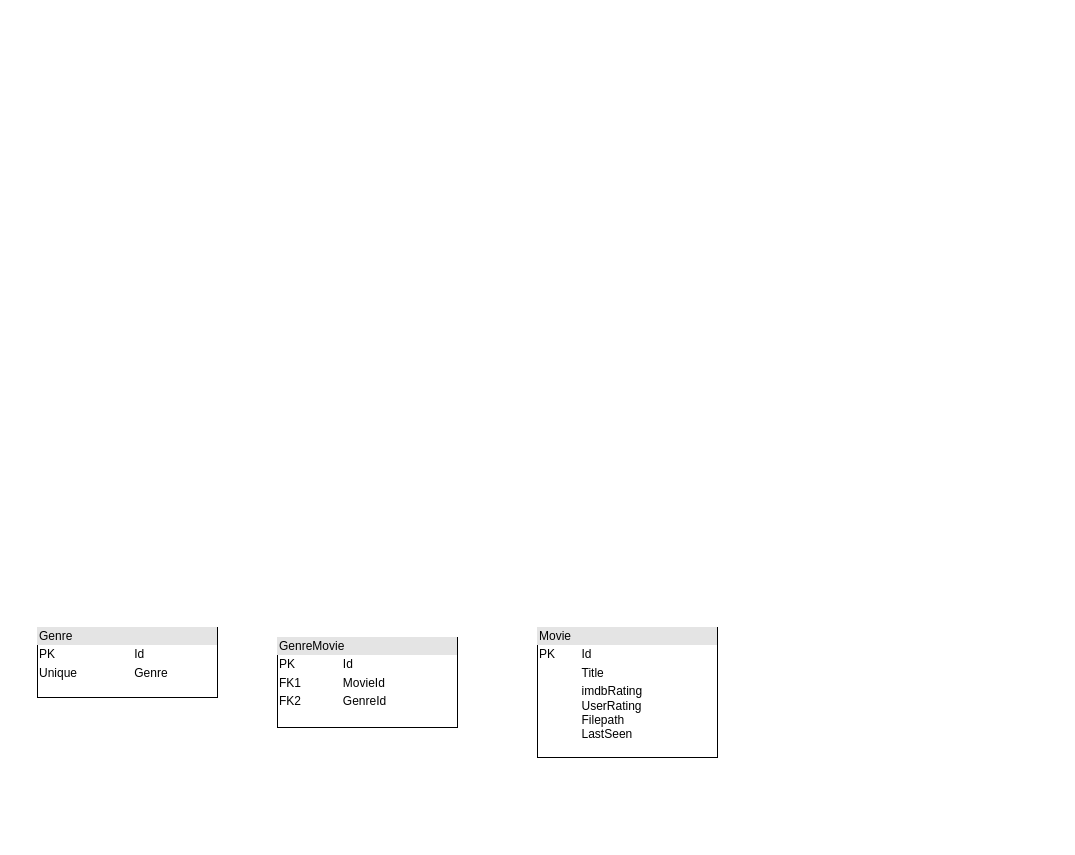
Earlier version of the draw.io diagram resources/dbStructure.drawio (jbn108/MovieExam). Source tidied: cells renumbered, new cells numbered last; positions are measured from the earlier drawing's top-left corner, leaving out a move shared by most shapes. Both pictures are drawn from the tidied source at 100%, with x=0, y=0 at pixel (37, 627).
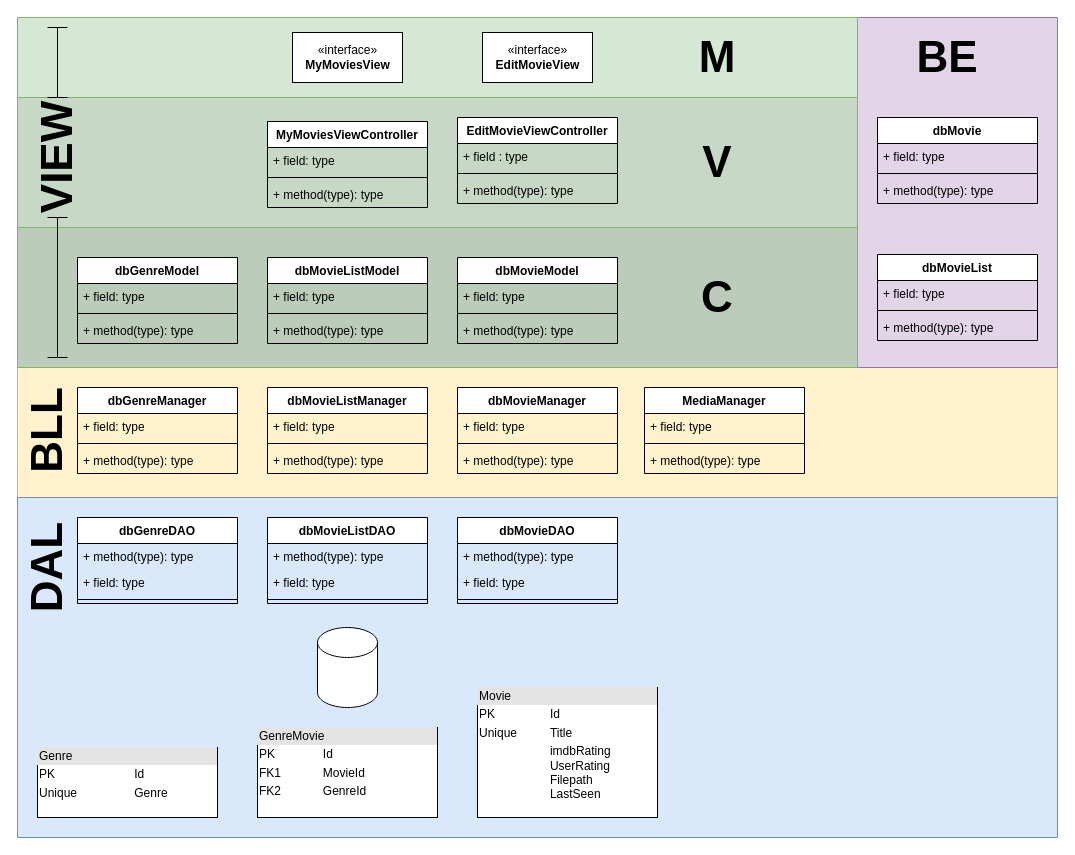
The same diagram, later.

Change to the diagram source:
```diff
@@
+    <mxCell id="5" style="verticalLabelPosition=bottom;verticalAlign=top;html=1;shape=mxgraph.basic.rect;fillColor2=none;strokeWidth=1;size=20;indent=5;fillColor=#fff2cc;strokeColor=#d6b656;" parent="1" vertex="1">
+      <mxGeometry x="-20" y="-260" width="1040" height="130" as="geometry" />
+    </mxCell>
+    <mxCell id="6" style="verticalLabelPosition=bottom;verticalAlign=top;html=1;shape=mxgraph.basic.rect;fillColor2=none;strokeWidth=1;size=20;indent=5;fillColor=#e1d5e7;strokeColor=#9673a6;" parent="1" vertex="1">
+      <mxGeometry x="820" y="-610" width="200" height="350" as="geometry" />
+    </mxCell>
+    <mxCell id="7" style="verticalLabelPosition=bottom;verticalAlign=top;html=1;shape=mxgraph.basic.rect;fillColor2=none;strokeWidth=1;size=20;indent=5;strokeColor=#82b366;fillColor=#D5E8D4;" parent="1" vertex="1">
+      <mxGeometry x="-20" y="-610" width="840" height="80" as="geometry" />
+    </mxCell>
+    <mxCell id="8" style="verticalLabelPosition=bottom;verticalAlign=top;html=1;shape=mxgraph.basic.rect;fillColor2=none;strokeWidth=1;size=20;indent=5;strokeColor=#82b366;fillColor=#C7D9C6;" parent="1" vertex="1">
+      <mxGeometry x="-20" y="-530" width="840" height="130" as="geometry" />
+    </mxCell>
+    <mxCell id="9" style="verticalLabelPosition=bottom;verticalAlign=top;html=1;shape=mxgraph.basic.rect;fillColor2=none;strokeWidth=1;size=20;indent=5;strokeColor=#82b366;fillColor=#BBCCBA;" parent="1" vertex="1">
+      <mxGeometry x="-20" y="-400" width="840" height="140" as="geometry" />
+    </mxCell>
+    <mxCell id="10" style="verticalLabelPosition=bottom;verticalAlign=top;html=1;shape=mxgraph.basic.rect;fillColor2=none;strokeWidth=1;size=20;indent=5;fillColor=#dae8fc;strokeColor=#6c8ebf;" parent="1" vertex="1">
+      <mxGeometry x="-20" y="-130" width="1040" height="340" as="geometry" />
+    </mxCell>
-    <mxCell id="2" value="&lt;div style=&quot;box-sizing: border-box ; width: 100% ; background: #e4e4e4 ; padding: 2px&quot;&gt;Movie&lt;/div&gt;&lt;table style=&quot;width: 100% ; font-size: 1em&quot; cellpadding=&quot;2&quot; cellspacing=&quot;0&quot;&gt;&lt;tbody&gt;&lt;tr&gt;&lt;td&gt;PK&lt;/td&gt;&lt;td&gt;Id&lt;/td&gt;&lt;/tr&gt;&lt;tr&gt;&lt;td&gt;&lt;br&gt;&lt;/td&gt;&lt;td&gt;Title&lt;/td&gt;&lt;/tr&gt;&lt;tr&gt;&lt;td&gt;&lt;/td&gt;&lt;td&gt;imdbRating&lt;br&gt;UserRating&lt;br&gt;Filepath&lt;br&gt;LastSeen&lt;/td&gt;&lt;/tr&gt;&lt;/tbody&gt;&lt;/table&gt;" style="verticalAlign=top;align=left;overflow=fill;html=1;" parent="1" vertex="1">
-      <mxGeometry x="500" width="180" height="130" as="geometry" />
+    <mxCell id="2" value="&lt;div style=&quot;box-sizing: border-box ; width: 100% ; background: #e4e4e4 ; padding: 2px&quot;&gt;Movie&lt;/div&gt;&lt;table style=&quot;width: 100% ; font-size: 1em&quot; cellpadding=&quot;2&quot; cellspacing=&quot;0&quot;&gt;&lt;tbody&gt;&lt;tr&gt;&lt;td&gt;PK&lt;/td&gt;&lt;td&gt;Id&lt;/td&gt;&lt;/tr&gt;&lt;tr&gt;&lt;td&gt;Unique&lt;/td&gt;&lt;td&gt;Title&lt;/td&gt;&lt;/tr&gt;&lt;tr&gt;&lt;td&gt;&lt;/td&gt;&lt;td&gt;imdbRating&lt;br&gt;UserRating&lt;br&gt;Filepath&lt;br&gt;LastSeen&lt;/td&gt;&lt;/tr&gt;&lt;/tbody&gt;&lt;/table&gt;" style="verticalAlign=top;align=left;overflow=fill;html=1;" parent="1" vertex="1">
+      <mxGeometry x="440" y="60" width="180" height="130" as="geometry" />
     </mxCell>
     <mxCell id="3" value="&lt;div style=&quot;box-sizing: border-box ; width: 100% ; background: #e4e4e4 ; padding: 2px&quot;&gt;Genre&lt;/div&gt;&lt;table style=&quot;width: 100% ; font-size: 1em&quot; cellpadding=&quot;2&quot; cellspacing=&quot;0&quot;&gt;&lt;tbody&gt;&lt;tr&gt;&lt;td&gt;PK&lt;/td&gt;&lt;td&gt;Id&lt;/td&gt;&lt;/tr&gt;&lt;tr&gt;&lt;td&gt;Unique&lt;/td&gt;&lt;td&gt;Genre&lt;/td&gt;&lt;/tr&gt;&lt;tr&gt;&lt;td&gt;&lt;/td&gt;&lt;td&gt;&lt;br&gt;&lt;/td&gt;&lt;/tr&gt;&lt;/tbody&gt;&lt;/table&gt;" style="verticalAlign=top;align=left;overflow=fill;html=1;" parent="1" vertex="1">
-      <mxGeometry width="180" height="70" as="geometry" />
+      <mxGeometry y="120" width="180" height="70" as="geometry" />
     </mxCell>
     <mxCell id="4" value="&lt;div style=&quot;box-sizing: border-box ; width: 100% ; background: #e4e4e4 ; padding: 2px&quot;&gt;GenreMovie&lt;/div&gt;&lt;table style=&quot;width: 100% ; font-size: 1em&quot; cellpadding=&quot;2&quot; cellspacing=&quot;0&quot;&gt;&lt;tbody&gt;&lt;tr&gt;&lt;td&gt;PK&lt;/td&gt;&lt;td&gt;Id&lt;/td&gt;&lt;/tr&gt;&lt;tr&gt;&lt;td&gt;FK1&lt;/td&gt;&lt;td&gt;MovieId&lt;/td&gt;&lt;/tr&gt;&lt;tr&gt;&lt;td&gt;FK2&lt;/td&gt;&lt;td&gt;GenreId&lt;/td&gt;&lt;/tr&gt;&lt;/tbody&gt;&lt;/table&gt;" style="verticalAlign=top;align=left;overflow=fill;html=1;" parent="1" vertex="1">
-      <mxGeometry x="240" y="10" width="180" height="90" as="geometry" />
+      <mxGeometry x="220" y="100" width="180" height="90" as="geometry" />
     </mxCell>
+    <mxCell id="11" style="shape=cylinder3;whiteSpace=wrap;html=1;boundedLbl=1;backgroundOutline=1;size=15;" parent="1" vertex="1">
+      <mxGeometry x="280" width="60" height="80" as="geometry" />
+    </mxCell>
+    <mxCell id="12" value="dbGenreDAO" style="swimlane;fontStyle=1;align=center;verticalAlign=top;horizontal=1;startSize=26;" parent="1" vertex="1">
+      <mxGeometry x="40" y="-110" width="160" height="86" as="geometry" />
+    </mxCell>
+    <mxCell id="13" value="+ method(type): type" style="text;strokeColor=none;fillColor=none;align=left;verticalAlign=top;spacingLeft=4;spacingRight=4;overflow=hidden;" parent="12" vertex="1">
+      <mxGeometry y="26" width="160" height="26" as="geometry" />
+    </mxCell>
+    <mxCell id="14" value="+ field: type" style="text;strokeColor=none;fillColor=none;align=left;verticalAlign=top;spacingLeft=4;spacingRight=4;overflow=hidden;" parent="12" vertex="1">
+      <mxGeometry y="52" width="160" height="26" as="geometry" />
+    </mxCell>
+    <mxCell id="15" style="line;strokeWidth=1;fillColor=none;align=left;verticalAlign=middle;spacingTop=-1;spacingLeft=3;spacingRight=3;labelPosition=right;" parent="12" vertex="1">
+      <mxGeometry y="78" width="160" height="8" as="geometry" />
+    </mxCell>
+    <mxCell id="16" value="dbMovieDAO" style="swimlane;fontStyle=1;align=center;verticalAlign=top;horizontal=1;startSize=26;" parent="1" vertex="1">
+      <mxGeometry x="420" y="-110" width="160" height="86" as="geometry" />
+    </mxCell>
+    <mxCell id="17" value="+ method(type): type" style="text;strokeColor=none;fillColor=none;align=left;verticalAlign=top;spacingLeft=4;spacingRight=4;overflow=hidden;" parent="16" vertex="1">
+      <mxGeometry y="26" width="160" height="26" as="geometry" />
+    </mxCell>
+    <mxCell id="18" value="+ field: type" style="text;strokeColor=none;fillColor=none;align=left;verticalAlign=top;spacingLeft=4;spacingRight=4;overflow=hidden;" parent="16" vertex="1">
+      <mxGeometry y="52" width="160" height="26" as="geometry" />
+    </mxCell>
+    <mxCell id="19" style="line;strokeWidth=1;fillColor=none;align=left;verticalAlign=middle;spacingTop=-1;spacingLeft=3;spacingRight=3;labelPosition=right;" parent="16" vertex="1">
+      <mxGeometry y="78" width="160" height="8" as="geometry" />
+    </mxCell>
+    <mxCell id="20" value="dbGenreManager" style="swimlane;fontStyle=1;align=center;verticalAlign=top;horizontal=1;startSize=26;" parent="1" vertex="1">
+      <mxGeometry x="40" y="-240" width="160" height="86" as="geometry" />
+    </mxCell>
+    <mxCell id="21" value="+ field: type" style="text;strokeColor=none;fillColor=none;align=left;verticalAlign=top;spacingLeft=4;spacingRight=4;overflow=hidden;" parent="20" vertex="1">
+      <mxGeometry y="26" width="160" height="26" as="geometry" />
+    </mxCell>
+    <mxCell id="22" style="line;strokeWidth=1;fillColor=none;align=left;verticalAlign=middle;spacingTop=-1;spacingLeft=3;spacingRight=3;labelPosition=right;" parent="20" vertex="1">
+      <mxGeometry y="52" width="160" height="8" as="geometry" />
+    </mxCell>
+    <mxCell id="23" value="+ method(type): type" style="text;strokeColor=none;fillColor=none;align=left;verticalAlign=top;spacingLeft=4;spacingRight=4;overflow=hidden;" parent="20" vertex="1">
+      <mxGeometry y="60" width="160" height="26" as="geometry" />
+    </mxCell>
+    <mxCell id="24" value="dbMovieManager" style="swimlane;fontStyle=1;align=center;verticalAlign=top;horizontal=1;startSize=26;" parent="1" vertex="1">
+      <mxGeometry x="420" y="-240" width="160" height="86" as="geometry" />
+    </mxCell>
+    <mxCell id="25" value="+ field: type" style="text;strokeColor=none;fillColor=none;align=left;verticalAlign=top;spacingLeft=4;spacingRight=4;overflow=hidden;" parent="24" vertex="1">
+      <mxGeometry y="26" width="160" height="26" as="geometry" />
+    </mxCell>
+    <mxCell id="26" style="line;strokeWidth=1;fillColor=none;align=left;verticalAlign=middle;spacingTop=-1;spacingLeft=3;spacingRight=3;labelPosition=right;" parent="24" vertex="1">
+      <mxGeometry y="52" width="160" height="8" as="geometry" />
+    </mxCell>
+    <mxCell id="27" value="+ method(type): type" style="text;strokeColor=none;fillColor=none;align=left;verticalAlign=top;spacingLeft=4;spacingRight=4;overflow=hidden;" parent="24" vertex="1">
+      <mxGeometry y="60" width="160" height="26" as="geometry" />
+    </mxCell>
+    <mxCell id="28" value="dbMovieListDAO" style="swimlane;fontStyle=1;align=center;verticalAlign=top;horizontal=1;startSize=26;" parent="1" vertex="1">
+      <mxGeometry x="230" y="-110" width="160" height="86" as="geometry" />
+    </mxCell>
+    <mxCell id="29" value="+ method(type): type" style="text;strokeColor=none;fillColor=none;align=left;verticalAlign=top;spacingLeft=4;spacingRight=4;overflow=hidden;" parent="28" vertex="1">
+      <mxGeometry y="26" width="160" height="26" as="geometry" />
+    </mxCell>
+    <mxCell id="30" value="+ field: type" style="text;strokeColor=none;fillColor=none;align=left;verticalAlign=top;spacingLeft=4;spacingRight=4;overflow=hidden;" parent="28" vertex="1">
+      <mxGeometry y="52" width="160" height="26" as="geometry" />
+    </mxCell>
+    <mxCell id="31" style="line;strokeWidth=1;fillColor=none;align=left;verticalAlign=middle;spacingTop=-1;spacingLeft=3;spacingRight=3;labelPosition=right;" parent="28" vertex="1">
+      <mxGeometry y="78" width="160" height="8" as="geometry" />
+    </mxCell>
+    <mxCell id="32" value="dbMovieListManager" style="swimlane;fontStyle=1;align=center;verticalAlign=top;horizontal=1;startSize=26;" parent="1" vertex="1">
+      <mxGeometry x="230" y="-240" width="160" height="86" as="geometry" />
+    </mxCell>
+    <mxCell id="33" value="+ field: type" style="text;strokeColor=none;fillColor=none;align=left;verticalAlign=top;spacingLeft=4;spacingRight=4;overflow=hidden;" parent="32" vertex="1">
+      <mxGeometry y="26" width="160" height="26" as="geometry" />
+    </mxCell>
+    <mxCell id="34" style="line;strokeWidth=1;fillColor=none;align=left;verticalAlign=middle;spacingTop=-1;spacingLeft=3;spacingRight=3;labelPosition=right;" parent="32" vertex="1">
+      <mxGeometry y="52" width="160" height="8" as="geometry" />
+    </mxCell>
+    <mxCell id="35" value="+ method(type): type" style="text;strokeColor=none;fillColor=none;align=left;verticalAlign=top;spacingLeft=4;spacingRight=4;overflow=hidden;" parent="32" vertex="1">
+      <mxGeometry y="60" width="160" height="26" as="geometry" />
+    </mxCell>
+    <mxCell id="36" value="dbMovieListModel" style="swimlane;fontStyle=1;align=center;verticalAlign=top;horizontal=1;startSize=26;" parent="1" vertex="1">
+      <mxGeometry x="230" y="-370" width="160" height="86" as="geometry" />
+    </mxCell>
+    <mxCell id="37" value="+ field: type" style="text;strokeColor=none;fillColor=none;align=left;verticalAlign=top;spacingLeft=4;spacingRight=4;overflow=hidden;" parent="36" vertex="1">
+      <mxGeometry y="26" width="160" height="26" as="geometry" />
+    </mxCell>
+    <mxCell id="38" style="line;strokeWidth=1;fillColor=none;align=left;verticalAlign=middle;spacingTop=-1;spacingLeft=3;spacingRight=3;labelPosition=right;" parent="36" vertex="1">
+      <mxGeometry y="52" width="160" height="8" as="geometry" />
+    </mxCell>
+    <mxCell id="39" value="+ method(type): type" style="text;strokeColor=none;fillColor=none;align=left;verticalAlign=top;spacingLeft=4;spacingRight=4;overflow=hidden;" parent="36" vertex="1">
+      <mxGeometry y="60" width="160" height="26" as="geometry" />
+    </mxCell>
+    <mxCell id="40" value="dbMovieModel" style="swimlane;fontStyle=1;align=center;verticalAlign=top;horizontal=1;startSize=26;" parent="1" vertex="1">
+      <mxGeometry x="420" y="-370" width="160" height="86" as="geometry" />
+    </mxCell>
+    <mxCell id="41" value="+ field: type" style="text;strokeColor=none;fillColor=none;align=left;verticalAlign=top;spacingLeft=4;spacingRight=4;overflow=hidden;" parent="40" vertex="1">
+      <mxGeometry y="26" width="160" height="26" as="geometry" />
+    </mxCell>
+    <mxCell id="42" style="line;strokeWidth=1;fillColor=none;align=left;verticalAlign=middle;spacingTop=-1;spacingLeft=3;spacingRight=3;labelPosition=right;" parent="40" vertex="1">
+      <mxGeometry y="52" width="160" height="8" as="geometry" />
+    </mxCell>
+    <mxCell id="43" value="+ method(type): type" style="text;strokeColor=none;fillColor=none;align=left;verticalAlign=top;spacingLeft=4;spacingRight=4;overflow=hidden;" parent="40" vertex="1">
+      <mxGeometry y="60" width="160" height="26" as="geometry" />
+    </mxCell>
+    <mxCell id="44" value="MediaManager" style="swimlane;fontStyle=1;align=center;verticalAlign=top;horizontal=1;startSize=26;" parent="1" vertex="1">
+      <mxGeometry x="607" y="-240" width="160" height="86" as="geometry" />
+    </mxCell>
+    <mxCell id="45" value="+ field: type" style="text;strokeColor=none;fillColor=none;align=left;verticalAlign=top;spacingLeft=4;spacingRight=4;overflow=hidden;" parent="44" vertex="1">
+      <mxGeometry y="26" width="160" height="26" as="geometry" />
+    </mxCell>
+    <mxCell id="46" style="line;strokeWidth=1;fillColor=none;align=left;verticalAlign=middle;spacingTop=-1;spacingLeft=3;spacingRight=3;labelPosition=right;" parent="44" vertex="1">
+      <mxGeometry y="52" width="160" height="8" as="geometry" />
+    </mxCell>
+    <mxCell id="47" value="+ method(type): type" style="text;strokeColor=none;fillColor=none;align=left;verticalAlign=top;spacingLeft=4;spacingRight=4;overflow=hidden;" parent="44" vertex="1">
+      <mxGeometry y="60" width="160" height="26" as="geometry" />
+    </mxCell>
+    <mxCell id="48" value="dbGenreModel" style="swimlane;fontStyle=1;align=center;verticalAlign=top;horizontal=1;startSize=26;" parent="1" vertex="1">
+      <mxGeometry x="40" y="-370" width="160" height="86" as="geometry" />
+    </mxCell>
+    <mxCell id="49" value="+ field: type" style="text;strokeColor=none;fillColor=none;align=left;verticalAlign=top;spacingLeft=4;spacingRight=4;overflow=hidden;" parent="48" vertex="1">
+      <mxGeometry y="26" width="160" height="26" as="geometry" />
+    </mxCell>
+    <mxCell id="50" style="line;strokeWidth=1;fillColor=none;align=left;verticalAlign=middle;spacingTop=-1;spacingLeft=3;spacingRight=3;labelPosition=right;" parent="48" vertex="1">
+      <mxGeometry y="52" width="160" height="8" as="geometry" />
+    </mxCell>
+    <mxCell id="51" value="+ method(type): type" style="text;strokeColor=none;fillColor=none;align=left;verticalAlign=top;spacingLeft=4;spacingRight=4;overflow=hidden;" parent="48" vertex="1">
+      <mxGeometry y="60" width="160" height="26" as="geometry" />
+    </mxCell>
+    <mxCell id="52" value="MyMoviesViewController" style="swimlane;fontStyle=1;align=center;verticalAlign=top;horizontal=1;startSize=26;" parent="1" vertex="1">
+      <mxGeometry x="230" y="-506" width="160" height="86" as="geometry" />
+    </mxCell>
+    <mxCell id="53" value="+ field: type" style="text;strokeColor=none;fillColor=none;align=left;verticalAlign=top;spacingLeft=4;spacingRight=4;overflow=hidden;" parent="52" vertex="1">
+      <mxGeometry y="26" width="160" height="26" as="geometry" />
+    </mxCell>
+    <mxCell id="54" style="line;strokeWidth=1;fillColor=none;align=left;verticalAlign=middle;spacingTop=-1;spacingLeft=3;spacingRight=3;labelPosition=right;" parent="52" vertex="1">
+      <mxGeometry y="52" width="160" height="8" as="geometry" />
+    </mxCell>
+    <mxCell id="55" value="+ method(type): type" style="text;strokeColor=none;fillColor=none;align=left;verticalAlign=top;spacingLeft=4;spacingRight=4;overflow=hidden;" parent="52" vertex="1">
+      <mxGeometry y="60" width="160" height="26" as="geometry" />
+    </mxCell>
+    <mxCell id="56" value="EditMovieViewController" style="swimlane;fontStyle=1;align=center;verticalAlign=top;horizontal=1;startSize=26;" parent="1" vertex="1">
+      <mxGeometry x="420" y="-510" width="160" height="86" as="geometry" />
+    </mxCell>
+    <mxCell id="57" value="+ field : type" style="text;strokeColor=none;fillColor=none;align=left;verticalAlign=top;spacingLeft=4;spacingRight=4;overflow=hidden;" parent="56" vertex="1">
+      <mxGeometry y="26" width="160" height="26" as="geometry" />
+    </mxCell>
+    <mxCell id="58" style="line;strokeWidth=1;fillColor=none;align=left;verticalAlign=middle;spacingTop=-1;spacingLeft=3;spacingRight=3;labelPosition=right;" parent="56" vertex="1">
+      <mxGeometry y="52" width="160" height="8" as="geometry" />
+    </mxCell>
+    <mxCell id="59" value="+ method(type): type" style="text;strokeColor=none;fillColor=none;align=left;verticalAlign=top;spacingLeft=4;spacingRight=4;overflow=hidden;" parent="56" vertex="1">
+      <mxGeometry y="60" width="160" height="26" as="geometry" />
+    </mxCell>
+    <mxCell id="60" value="«interface»&lt;br&gt;&lt;b&gt;MyMoviesView&lt;/b&gt;" style="html=1;" parent="1" vertex="1">
+      <mxGeometry x="255" y="-595" width="110" height="50" as="geometry" />
+    </mxCell>
+    <mxCell id="61" value="«interface»&lt;br&gt;&lt;b&gt;EditMovieView&lt;/b&gt;" style="html=1;" parent="1" vertex="1">
+      <mxGeometry x="445" y="-595" width="110" height="50" as="geometry" />
+    </mxCell>
+    <mxCell id="62" value="dbMovie" style="swimlane;fontStyle=1;align=center;verticalAlign=top;horizontal=1;startSize=26;" parent="1" vertex="1">
+      <mxGeometry x="840" y="-510" width="160" height="86" as="geometry" />
+    </mxCell>
+    <mxCell id="63" value="+ field: type" style="text;strokeColor=none;fillColor=none;align=left;verticalAlign=top;spacingLeft=4;spacingRight=4;overflow=hidden;" parent="62" vertex="1">
+      <mxGeometry y="26" width="160" height="26" as="geometry" />
+    </mxCell>
+    <mxCell id="64" style="line;strokeWidth=1;fillColor=none;align=left;verticalAlign=middle;spacingTop=-1;spacingLeft=3;spacingRight=3;labelPosition=right;" parent="62" vertex="1">
+      <mxGeometry y="52" width="160" height="8" as="geometry" />
+    </mxCell>
+    <mxCell id="65" value="+ method(type): type" style="text;strokeColor=none;fillColor=none;align=left;verticalAlign=top;spacingLeft=4;spacingRight=4;overflow=hidden;" parent="62" vertex="1">
+      <mxGeometry y="60" width="160" height="26" as="geometry" />
+    </mxCell>
+    <mxCell id="66" value="dbMovieList" style="swimlane;fontStyle=1;align=center;verticalAlign=top;horizontal=1;startSize=26;" parent="1" vertex="1">
+      <mxGeometry x="840" y="-373" width="160" height="86" as="geometry" />
+    </mxCell>
+    <mxCell id="67" value="+ field: type" style="text;strokeColor=none;fillColor=none;align=left;verticalAlign=top;spacingLeft=4;spacingRight=4;overflow=hidden;" parent="66" vertex="1">
+      <mxGeometry y="26" width="160" height="26" as="geometry" />
+    </mxCell>
+    <mxCell id="68" style="line;strokeWidth=1;fillColor=none;align=left;verticalAlign=middle;spacingTop=-1;spacingLeft=3;spacingRight=3;labelPosition=right;" parent="66" vertex="1">
+      <mxGeometry y="52" width="160" height="8" as="geometry" />
+    </mxCell>
+    <mxCell id="69" value="+ method(type): type" style="text;strokeColor=none;fillColor=none;align=left;verticalAlign=top;spacingLeft=4;spacingRight=4;overflow=hidden;" parent="66" vertex="1">
+      <mxGeometry y="60" width="160" height="26" as="geometry" />
+    </mxCell>
+    <mxCell id="70" value="&lt;b&gt;&lt;font style=&quot;font-size: 44px&quot;&gt;M&lt;/font&gt;&lt;/b&gt;" style="text;html=1;strokeColor=none;fillColor=none;align=center;verticalAlign=middle;whiteSpace=wrap;rounded=0;fontSize=18;" parent="1" vertex="1">
+      <mxGeometry x="660" y="-580" width="40" height="20" as="geometry" />
+    </mxCell>
+    <mxCell id="71" value="&lt;b&gt;&lt;font style=&quot;font-size: 44px&quot;&gt;V&lt;/font&gt;&lt;/b&gt;" style="text;html=1;strokeColor=none;fillColor=none;align=center;verticalAlign=middle;whiteSpace=wrap;rounded=0;fontSize=18;" parent="1" vertex="1">
+      <mxGeometry x="660" y="-475" width="40" height="20" as="geometry" />
+    </mxCell>
+    <mxCell id="72" value="&lt;span style=&quot;font-size: 44px&quot;&gt;&lt;b&gt;C&lt;/b&gt;&lt;/span&gt;" style="text;html=1;strokeColor=none;fillColor=none;align=center;verticalAlign=middle;whiteSpace=wrap;rounded=0;fontSize=18;" parent="1" vertex="1">
+      <mxGeometry x="660" y="-340" width="40" height="20" as="geometry" />
+    </mxCell>
+    <mxCell id="73" value="&lt;b&gt;&lt;font style=&quot;font-size: 44px&quot;&gt;BE&lt;/font&gt;&lt;/b&gt;" style="text;html=1;strokeColor=none;fillColor=none;align=center;verticalAlign=middle;whiteSpace=wrap;rounded=0;fontSize=18;" parent="1" vertex="1">
+      <mxGeometry x="890" y="-580" width="40" height="20" as="geometry" />
+    </mxCell>
+    <mxCell id="74" value="&lt;b&gt;&lt;font style=&quot;font-size: 44px&quot;&gt;BLL&lt;/font&gt;&lt;/b&gt;" style="text;html=1;strokeColor=none;fillColor=none;align=center;verticalAlign=middle;whiteSpace=wrap;rounded=0;fontSize=18;rotation=270;" parent="1" vertex="1">
+      <mxGeometry x="-10" y="-207" width="40" height="20" as="geometry" />
+    </mxCell>
+    <mxCell id="75" value="&lt;b&gt;&lt;font style=&quot;font-size: 44px&quot;&gt;DAL&lt;/font&gt;&lt;/b&gt;" style="text;html=1;strokeColor=none;fillColor=none;align=center;verticalAlign=middle;whiteSpace=wrap;rounded=0;fontSize=18;rotation=270;" parent="1" vertex="1">
+      <mxGeometry x="-10" y="-70" width="40" height="20" as="geometry" />
+    </mxCell>
+    <mxCell id="76" value="&lt;b&gt;&lt;font style=&quot;font-size: 44px&quot;&gt;VIEW&lt;/font&gt;&lt;/b&gt;" style="text;html=1;strokeColor=none;fillColor=none;align=center;verticalAlign=middle;whiteSpace=wrap;rounded=0;fontSize=18;rotation=270;" parent="1" vertex="1">
+      <mxGeometry y="-480" width="40" height="20" as="geometry" />
+    </mxCell>
+    <mxCell id="77" style="shape=crossbar;whiteSpace=wrap;html=1;rounded=1;fillColor=#D5E8D4;fontSize=18;direction=south;" parent="1" vertex="1">
+      <mxGeometry x="10" y="-600" width="20" height="70" as="geometry" />
+    </mxCell>
+    <mxCell id="78" style="shape=crossbar;whiteSpace=wrap;html=1;rounded=1;fillColor=#D5E8D4;fontSize=18;direction=south;" parent="1" vertex="1">
+      <mxGeometry x="10" y="-410" width="20" height="140" as="geometry" />
+    </mxCell>
```
